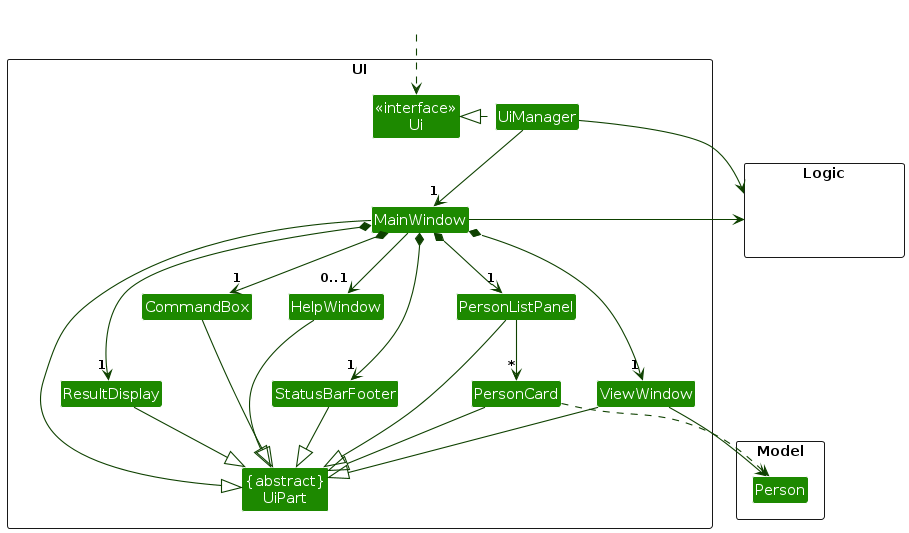
Earlier version of the PlantUML export diagrams/UiClassDiagram.png (AY2526S2-CS2103T-F10-3/tp). Its source is kept beside it as diagrams/UiClassDiagram.puml.
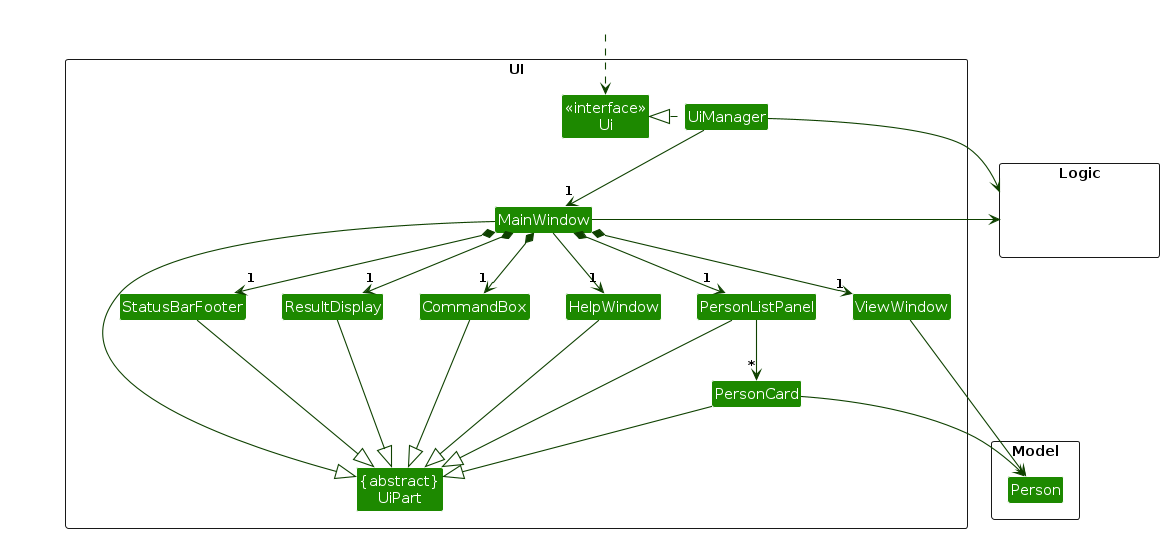
Above is the later version.

Change to the diagram source:
```diff
@@ -4,31 +4,26 @@
 skinparam arrowColor UI_COLOR_T4
 skinparam classBackgroundColor UI_COLOR
 
-package UI <<Rectangle>> {
-    Class "<<interface>>\nUi" as Ui
-    Class "{abstract}\nUiPart" as UiPart
-    Class UiManager
-    Class MainWindow
-    Class HelpWindow
-    Class ResultDisplay
-    Class PersonListPanel
-    Class ViewWindow {
-        + setPerson(person : Person)
-        + clear()
-    }
-    Class PersonCard {
-        - renderWeekAttendance()
-    }
-    Class StatusBarFooter
-    Class CommandBox
+package UI <<Rectangle>>{
+Class "<<interface>>\nUi" as Ui
+Class "{abstract}\nUiPart" as UiPart
+Class UiManager
+Class MainWindow
+Class HelpWindow
+Class ResultDisplay
+Class PersonListPanel
+Class PersonCard
+Class StatusBarFooter
+Class CommandBox
+Class ViewWindow
 }
 
 package Model <<Rectangle>> {
-    Class Person
+Class Person
 }
 
 package Logic <<Rectangle>> {
-    Class HiddenLogic #FFFFFF
+Class HiddenLogic #FFFFFF
 }
 
 Class HiddenOutside #FFFFFF
@@ -36,29 +31,33 @@
 
 UiManager .left.|> Ui
 UiManager -down-> "1" MainWindow
-MainWindow *-down-> "1" CommandBox
+MainWindow *-down->  "1" CommandBox
 MainWindow *-down-> "1" ResultDisplay
 MainWindow *-down-> "1" PersonListPanel
 MainWindow *-down-> "1" StatusBarFooter
-MainWindow --> "0..1" HelpWindow
+MainWindow --> "1" HelpWindow
 MainWindow *-down-> "1" ViewWindow
 
 PersonListPanel -down-> "*" PersonCard
 
-MainWindow --|> UiPart
+MainWindow -left-|> UiPart
+ViewWindow -down-> Person
 ResultDisplay --|> UiPart
 CommandBox --|> UiPart
 PersonListPanel --|> UiPart
 PersonCard --|> UiPart
 StatusBarFooter --|> UiPart
 HelpWindow --|> UiPart
-ViewWindow --|> UiPart
 
-ViewWindow -down-> Person
-PersonCard ..> Person
+PersonCard --> Person
+
 UiManager -right-> Logic
 MainWindow -left-> Logic
 
 PersonListPanel -[hidden]left- HelpWindow
 HelpWindow -[hidden]left- CommandBox
+CommandBox -[hidden]left- ResultDisplay
+ResultDisplay -[hidden]left- StatusBarFooter
+
+MainWindow -[hidden]-|> UiPart
 @enduml
```
